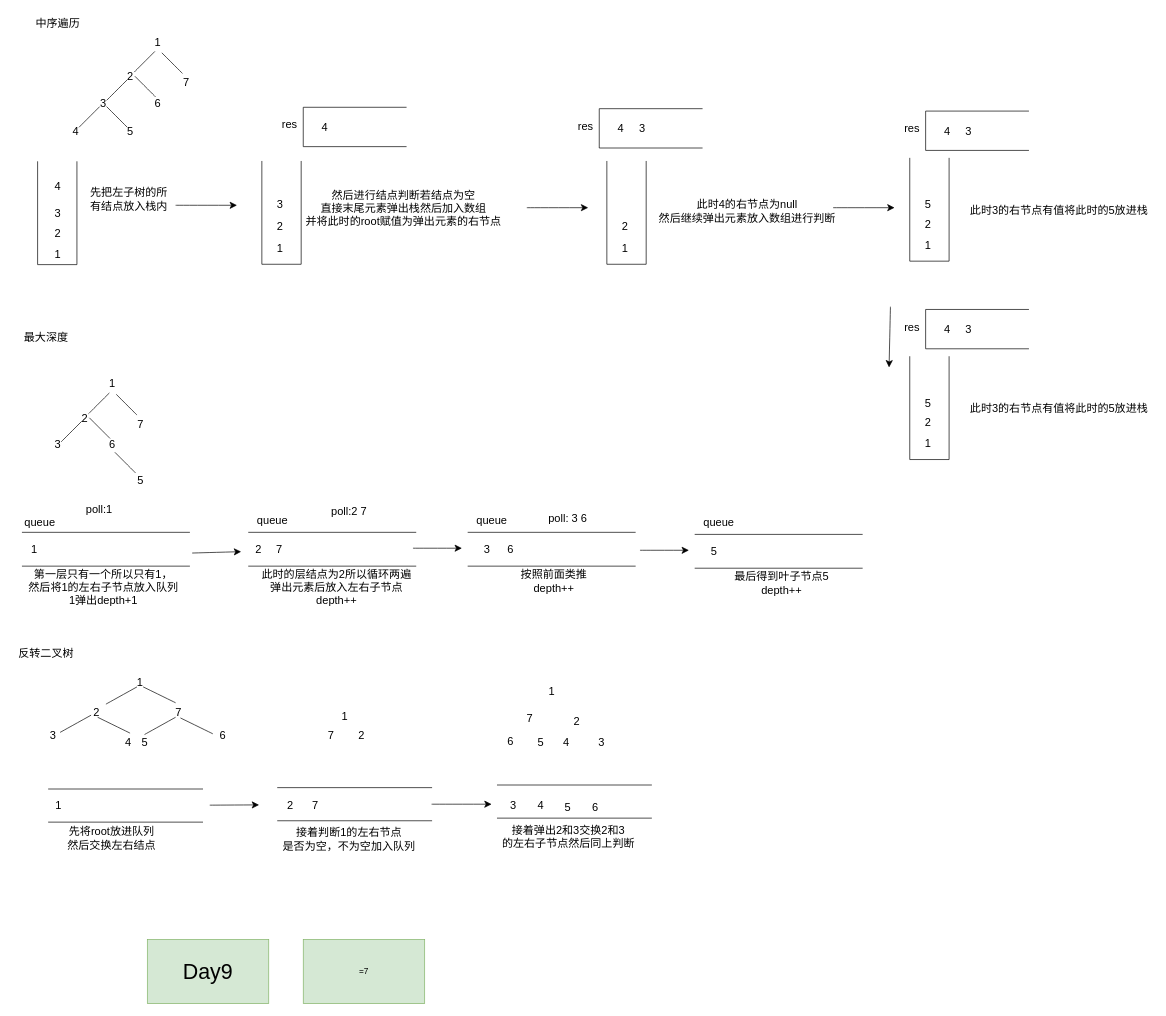
Above: leetcode/leetcode.drawio in mianbaosao/drawio (draw.io), before the change. Source tidied: cells renumbered, new cells numbered last; positions are measured from the earlier drawing's top-left corner, leaving out a move shared by most shapes. Both pictures are drawn from the tidied source at 69%, with x=0, y=0 at pixel (11, 12).
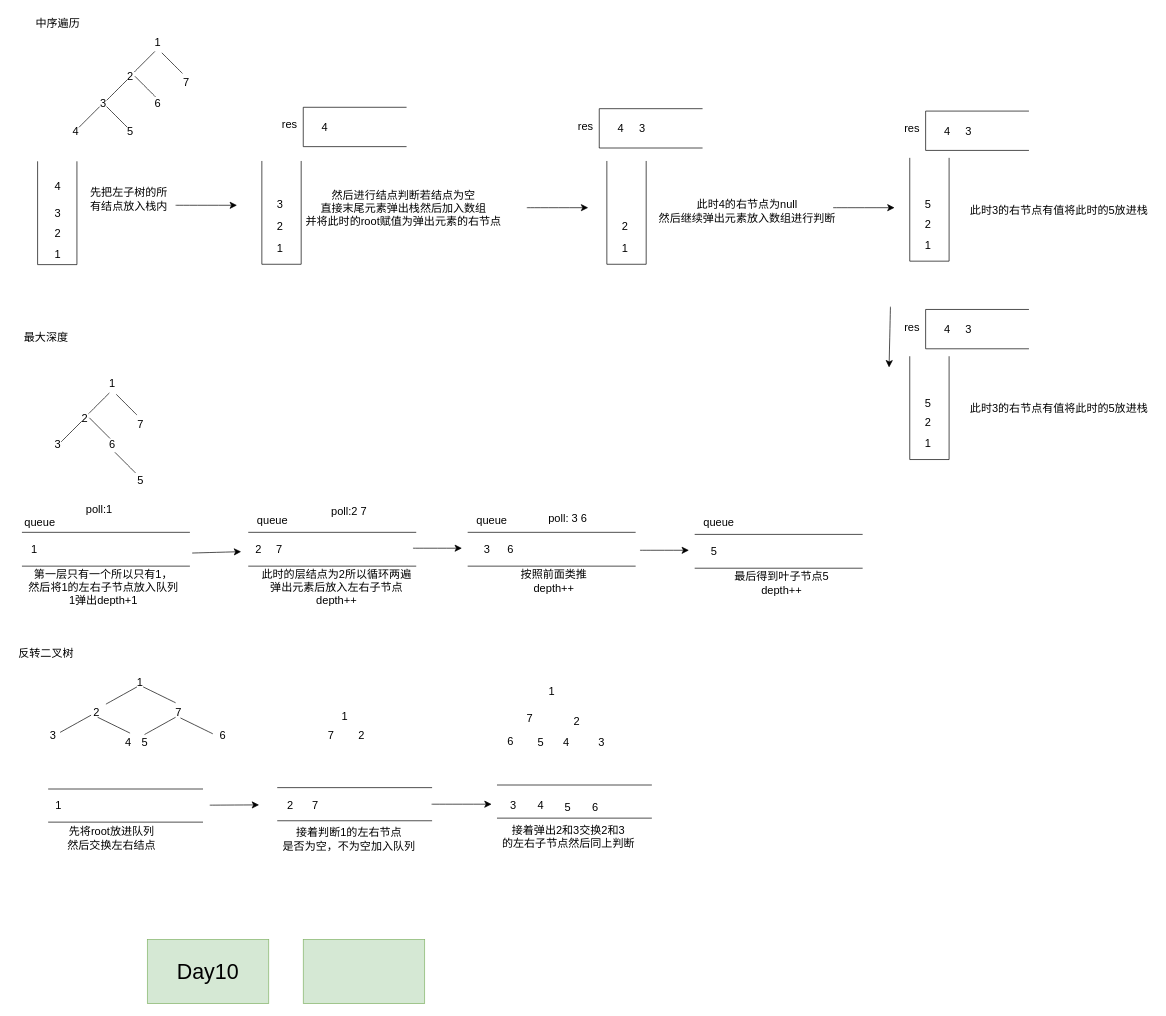
The same diagram, later.

Change to the diagram source:
```diff
@@
-    <mxCell id="135" value="&lt;font style=&quot;font-size: 31px;&quot;&gt;Day9&lt;/font&gt;" style="rounded=0;whiteSpace=wrap;html=1;fillColor=#d5e8d4;strokeColor=#82b366;" parent="1" vertex="1">
+    <mxCell id="135" value="&lt;font style=&quot;font-size: 31px;&quot;&gt;Day10&lt;/font&gt;" style="rounded=0;whiteSpace=wrap;html=1;fillColor=#d5e8d4;strokeColor=#82b366;" parent="1" vertex="1">
       <mxGeometry x="197" y="1344" width="176" height="93" as="geometry" />
     </mxCell>
-    <mxCell id="136" value="=7" style="rounded=0;whiteSpace=wrap;html=1;fillColor=#d5e8d4;strokeColor=#82b366;" parent="1" vertex="1">
+    <mxCell id="136" style="rounded=0;whiteSpace=wrap;html=1;fillColor=#d5e8d4;strokeColor=#82b366;" parent="1" vertex="1">
       <mxGeometry x="423" y="1344" width="176" height="93" as="geometry" />
     </mxCell>
```
